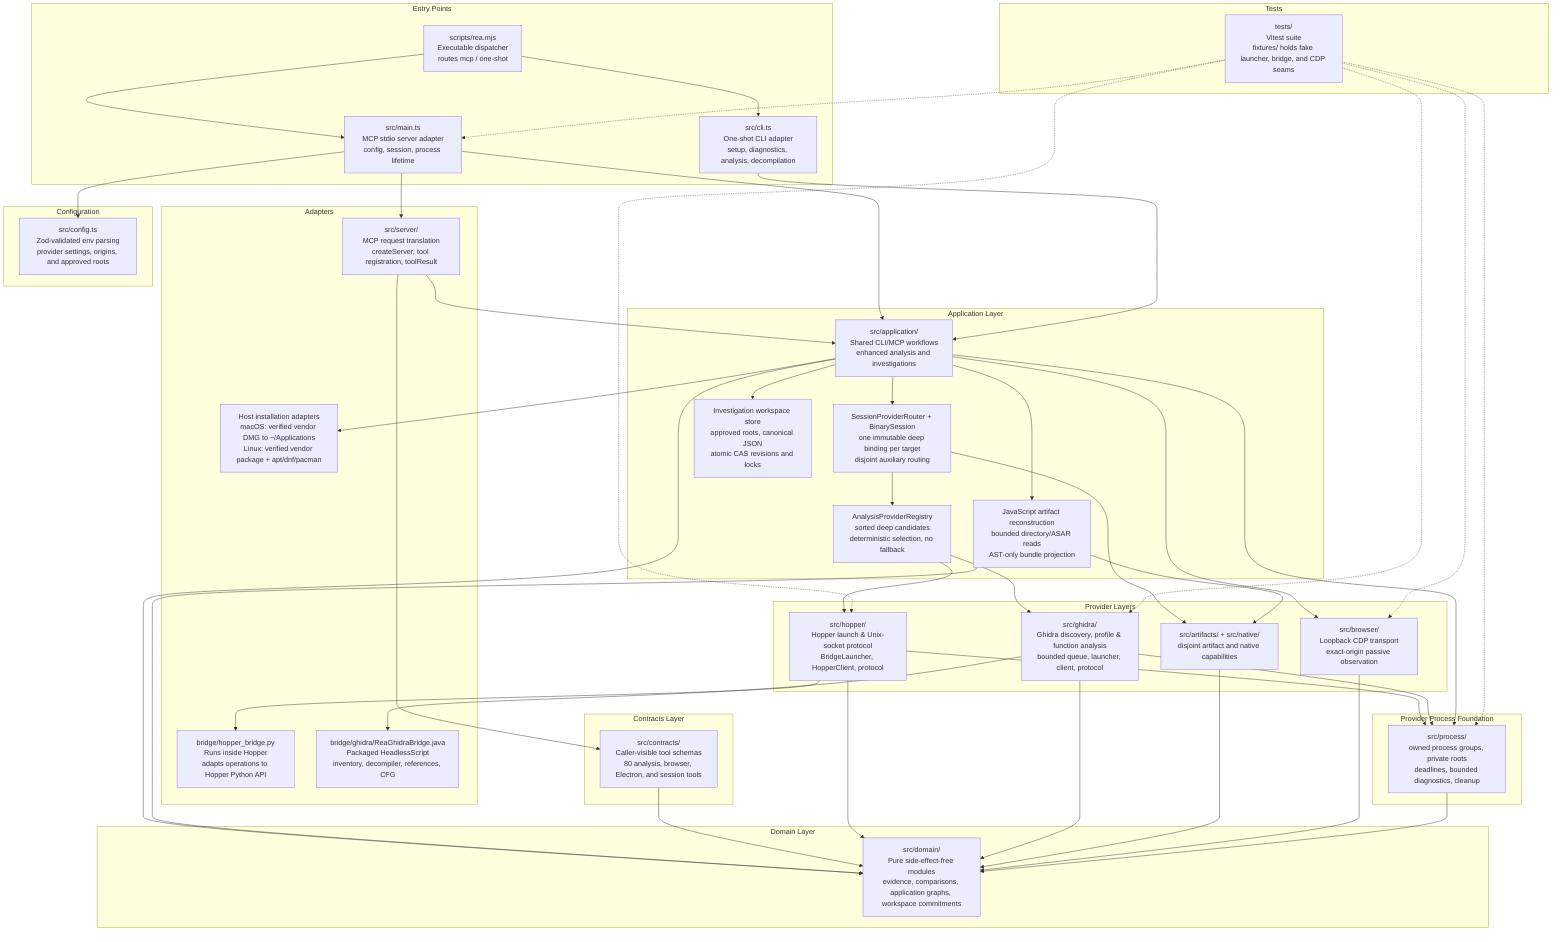
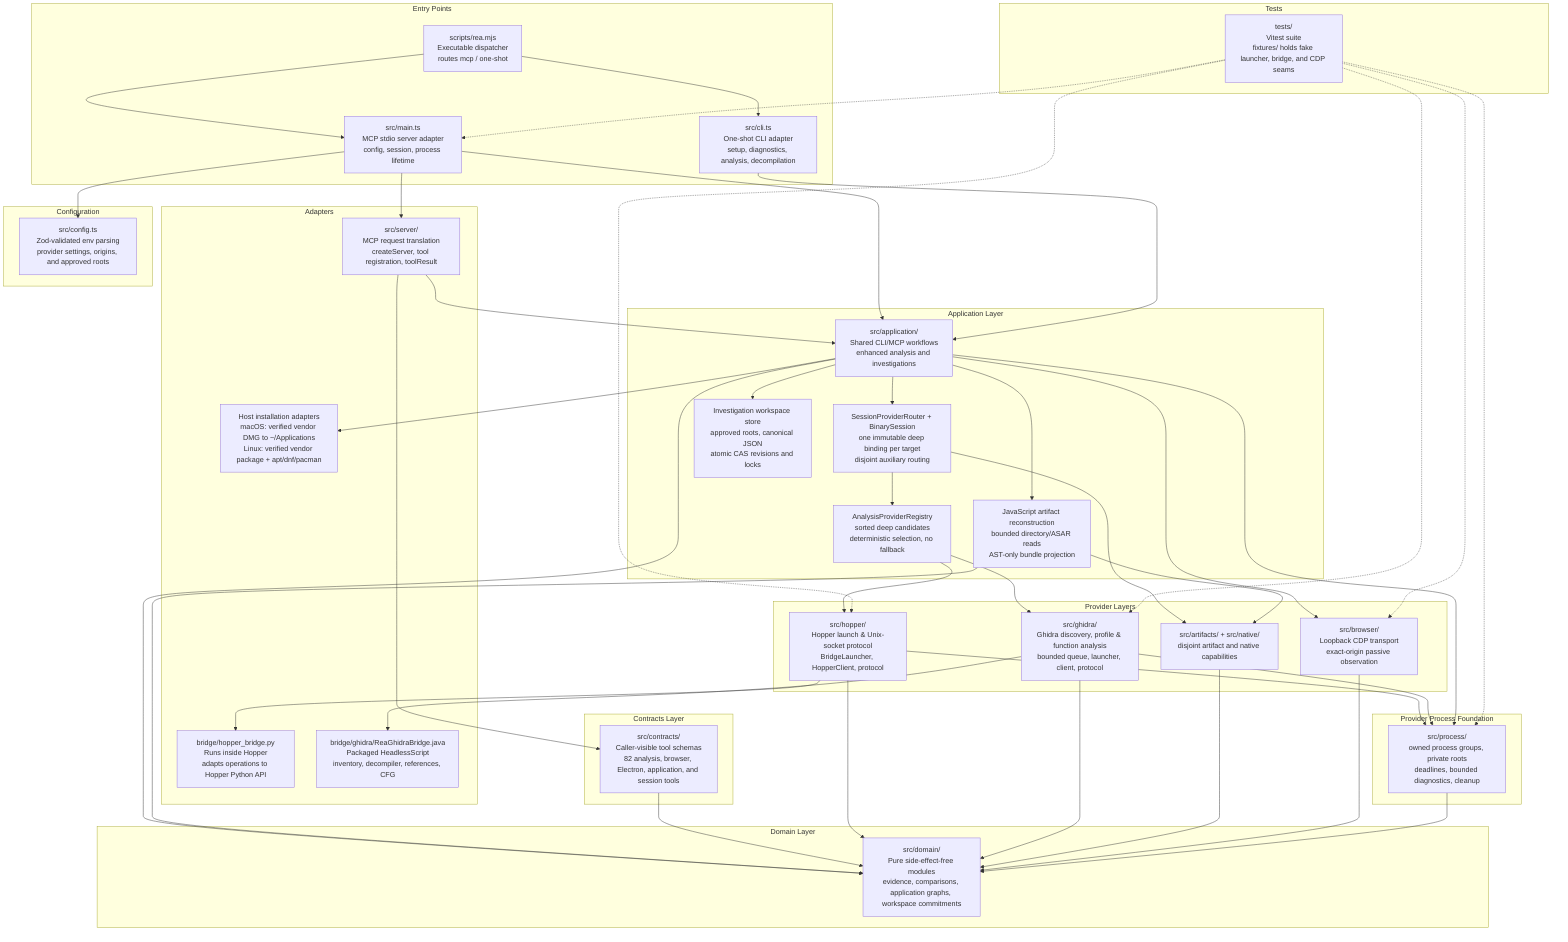
graph TD
    subgraph "Entry Points"
        CLI["src/cli.ts<br/>One-shot CLI adapter<br/>setup, diagnostics, analysis, decompilation"]
        MAIN["src/main.ts<br/>MCP stdio server adapter<br/>config, session, process lifetime"]
        DISPATCH["scripts/rea.mjs<br/>Executable dispatcher<br/>routes mcp / one-shot"]
    end

    subgraph "Adapters"
        SERVER["src/server/<br/>MCP request translation<br/>createServer, tool registration, toolResult"]
        HOPPER_BRIDGE["bridge/hopper_bridge.py<br/>Runs inside Hopper<br/>adapts operations to Hopper Python API"]
        GHIDRA_BRIDGE["bridge/ghidra/ReaGhidraBridge.java<br/>Packaged HeadlessScript<br/>inventory, decompiler, references, CFG"]
        INSTALL["Host installation adapters<br/>macOS: verified vendor DMG to ~/Applications<br/>Linux: verified vendor package + apt/dnf/pacman"]
    end

    subgraph "Application Layer"
        APP["src/application/<br/>Shared CLI/MCP workflows<br/>enhanced analysis and investigations"]
        SESSION["SessionProviderRouter + BinarySession<br/>one immutable deep binding per target<br/>disjoint auxiliary routing"]
        REGISTRY["AnalysisProviderRegistry<br/>sorted deep candidates<br/>deterministic selection, no fallback"]
        WORKSPACE["Investigation workspace store<br/>approved roots, canonical JSON<br/>atomic CAS revisions and locks"]
        JS_RECON["JavaScript artifact reconstruction<br/>bounded directory/ASAR reads<br/>AST-only bundle projection"]
    end

    subgraph "Provider Layers"
        HOPPER["src/hopper/<br/>Hopper launch & Unix-socket protocol<br/>BridgeLauncher, HopperClient, protocol"]
        GHIDRA["src/ghidra/<br/>Ghidra discovery, profile & function analysis<br/>bounded queue, launcher, client, protocol"]
        AUX["src/artifacts/ + src/native/<br/>disjoint artifact and native capabilities"]
        BROWSER["src/browser/<br/>Loopback CDP transport<br/>exact-origin passive observation"]
    end

    subgraph "Provider Process Foundation"
        PROCESS["src/process/<br/>owned process groups, private roots<br/>deadlines, bounded diagnostics, cleanup"]
    end

    subgraph "Contracts Layer"
-         CONTRACTS["src/contracts/<br/>Caller-visible tool schemas<br/>80 analysis, browser, Electron, and session tools"]
+         CONTRACTS["src/contracts/<br/>Caller-visible tool schemas<br/>82 analysis, browser, Electron, application, and session tools"]
    end

    subgraph "Domain Layer"
        DOMAIN["src/domain/<br/>Pure side-effect-free modules<br/>evidence, comparisons, application graphs, workspace commitments"]
    end

    subgraph "Configuration"
        CONFIG["src/config.ts<br/>Zod-validated env parsing<br/>provider settings, origins, and approved roots"]
    end

    subgraph "Tests"
        TESTS["tests/<br/>Vitest suite<br/>fixtures/ holds fake launcher, bridge, and CDP seams"]
    end

    DISPATCH --> CLI
    DISPATCH --> MAIN
    MAIN --> CONFIG
    MAIN --> SERVER
    MAIN --> APP
    CLI --> APP
    APP --> SESSION
    SESSION --> REGISTRY
    REGISTRY --> HOPPER
    REGISTRY --> GHIDRA
    SESSION --> AUX
    APP --> WORKSPACE
    APP --> JS_RECON
    APP --> INSTALL
    SERVER --> CONTRACTS
    SERVER --> APP
    APP --> BROWSER
    HOPPER --> HOPPER_BRIDGE
    GHIDRA --> GHIDRA_BRIDGE
    HOPPER --> PROCESS
    GHIDRA --> PROCESS
    APP --> PROCESS
    APP --> DOMAIN
    JS_RECON --> AUX
    JS_RECON --> DOMAIN
    CONTRACTS --> DOMAIN
    HOPPER --> DOMAIN
    GHIDRA --> DOMAIN
    AUX --> DOMAIN
    BROWSER --> DOMAIN
    PROCESS --> DOMAIN
    TESTS -.-> MAIN
    TESTS -.-> HOPPER
    TESTS -.-> GHIDRA
    TESTS -.-> PROCESS
    TESTS -.-> BROWSER
